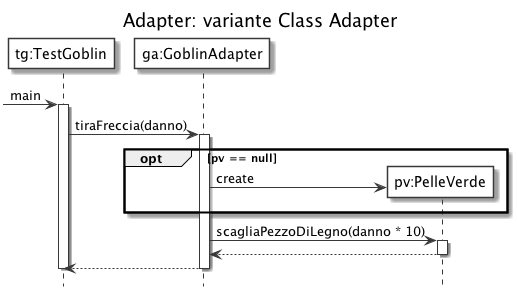
The PlantUML diagram DesignPattern/Adapter/Goblin/uml/sequence_diagram_ca.png in dmi-tutorato-ids/materiale, before a commit.
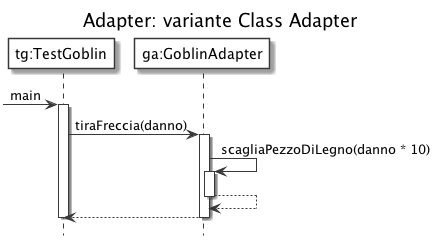
Later version of the same file.

Commit message:
fix: Rename sequence diagrams for the Adapter

Change to the diagram source:
```diff
@@ -11,7 +11,6 @@
 
 participant "tg:TestGoblin" as tg
 participant "ga:GoblinAdapter" as ga
-participant "pv:PelleVerde" as pv
 
 -> tg: main
 activate tg
@@ -19,15 +18,11 @@
 tg -> ga: tiraFreccia(danno)
 activate ga
 
-opt pv == null
-	ga -> pv ** : create
-end
+ga -> ga: scagliaPezzoDiLegno(danno * 10)
+activate ga
 
-ga -> pv: scagliaPezzoDiLegno(danno * 10)
-activate pv
-
-pv --> ga
-deactivate pv
+ga --> ga
+deactivate ga
 
 ga --> tg
 deactivate ga
```
